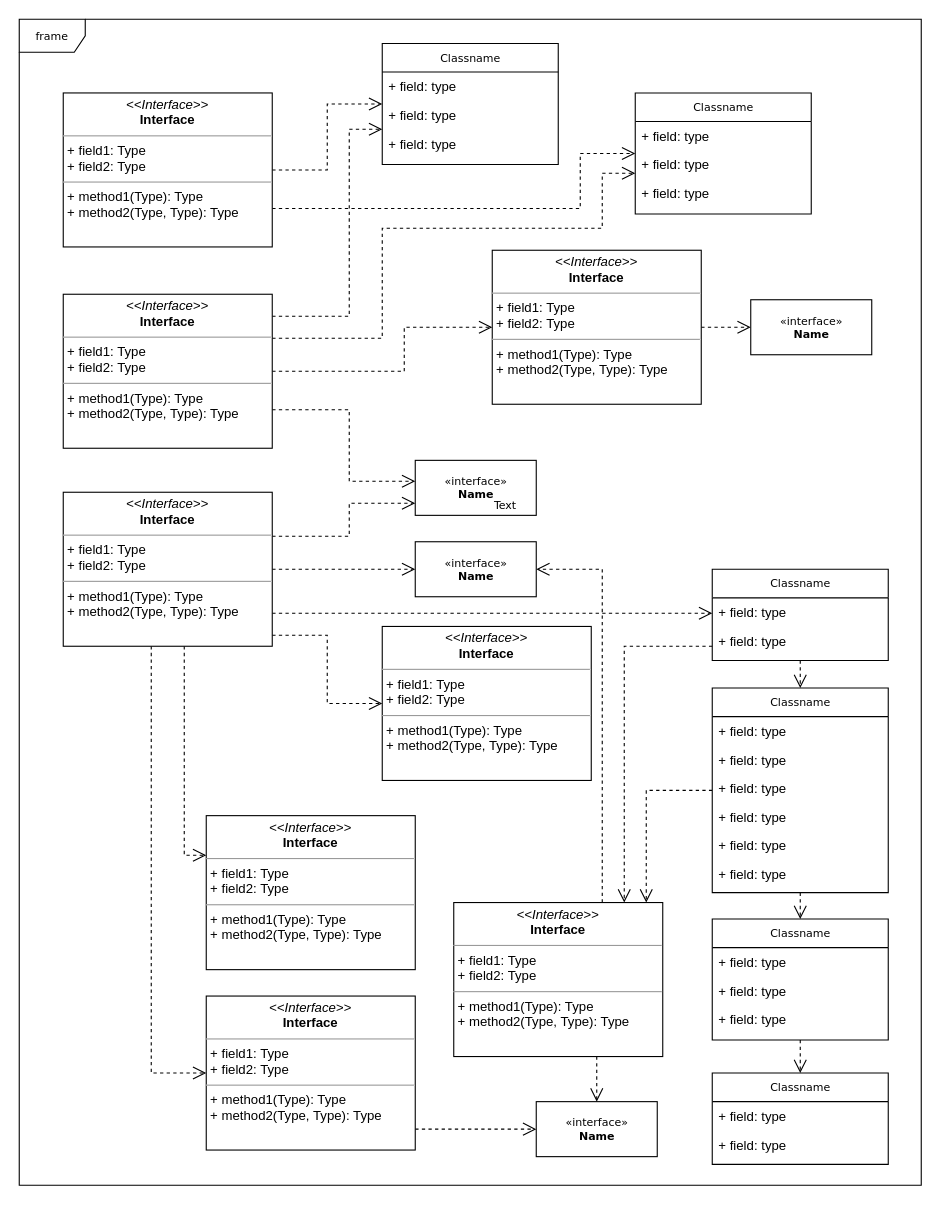
Above: Untitled Diagram.drawio in CyborgCodes/CyborgCodes.github.io (draw.io), before the change. Source tidied: cells renumbered, new cells numbered last; positions are measured from the earlier drawing's top-left corner, leaving out a move shared by most shapes. Both pictures are drawn from the tidied source at 110%, with x=0, y=0 at pixel (19, 19).
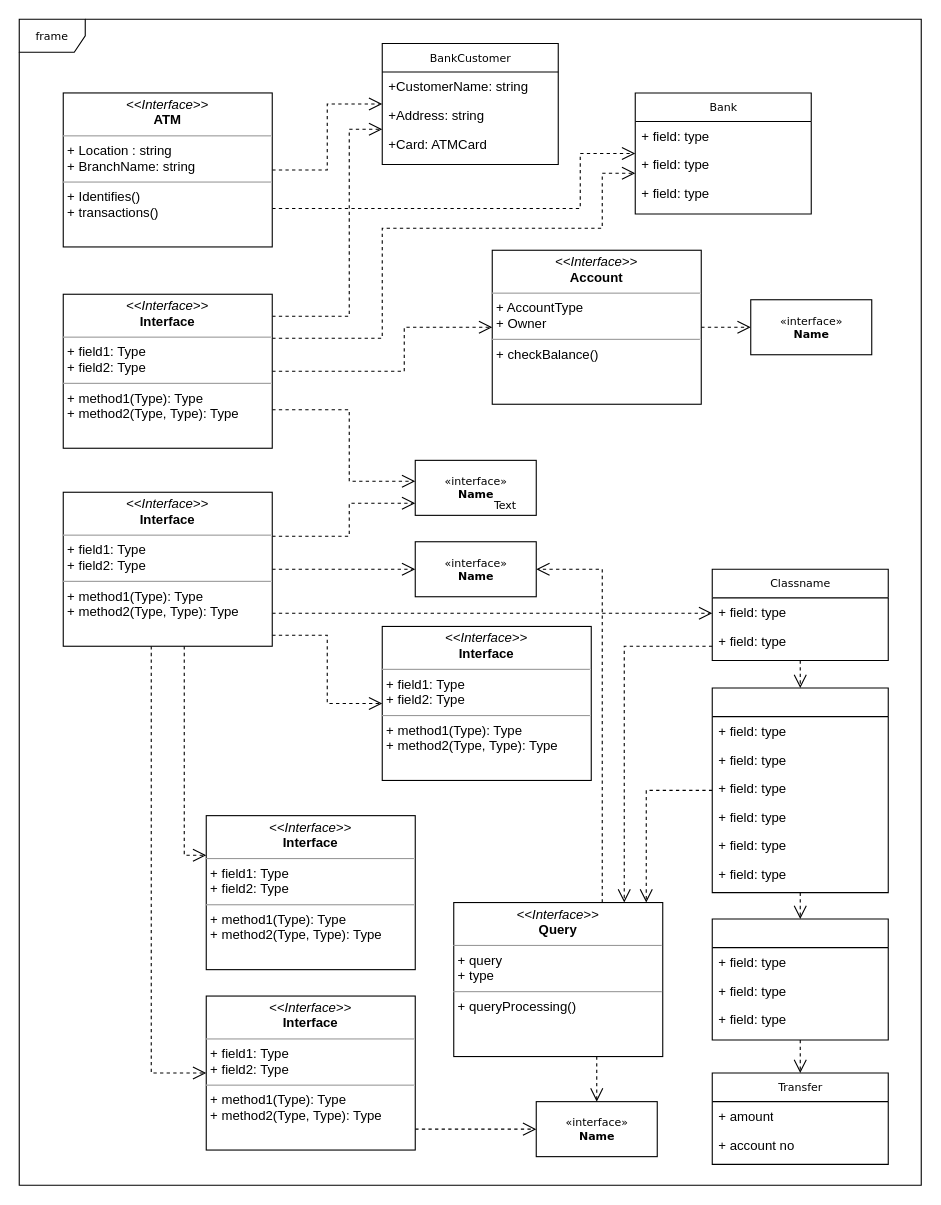
Above is the later version.

Diff of the diagram source:
```diff
@@
-    <mxCell id="5" value="Classname" style="swimlane;html=1;fontStyle=0;horizontal=1;startSize=26;fillColor=none;swimlaneFillColor=#ffffff;rounded=0;shadow=0;comic=0;labelBackgroundColor=none;strokeWidth=1;fontFamily=Verdana;fontSize=10;align=center;" parent="1" vertex="1">
+    <mxCell id="5" style="swimlane;html=1;fontStyle=0;horizontal=1;startSize=26;fillColor=none;swimlaneFillColor=#ffffff;rounded=0;shadow=0;comic=0;labelBackgroundColor=none;strokeWidth=1;fontFamily=Verdana;fontSize=10;align=center;" parent="1" vertex="1">
       <mxGeometry x="630" y="608" width="160" height="186" as="geometry" />
     </mxCell>
@@
-    <mxCell id="12" value="Classname" style="swimlane;html=1;fontStyle=0;horizontal=1;startSize=26;fillColor=none;swimlaneFillColor=#ffffff;rounded=0;shadow=0;comic=0;labelBackgroundColor=none;strokeWidth=1;fontFamily=Verdana;fontSize=10;align=center;" parent="1" vertex="1">
+    <mxCell id="12" value="BankCustomer" style="swimlane;html=1;fontStyle=0;horizontal=1;startSize=26;fillColor=none;swimlaneFillColor=#ffffff;rounded=0;shadow=0;comic=0;labelBackgroundColor=none;strokeWidth=1;fontFamily=Verdana;fontSize=10;align=center;" parent="1" vertex="1">
       <mxGeometry x="330" y="22" width="160" height="110" as="geometry" />
     </mxCell>
-    <mxCell id="13" value="+ field: type" style="text;html=1;strokeColor=none;fillColor=none;align=left;verticalAlign=top;spacingLeft=4;spacingRight=4;whiteSpace=wrap;overflow=hidden;" parent="12" vertex="1">
+    <mxCell id="13" value="+CustomerName: string" style="text;html=1;strokeColor=none;fillColor=none;align=left;verticalAlign=top;spacingLeft=4;spacingRight=4;whiteSpace=wrap;overflow=hidden;" parent="12" vertex="1">
       <mxGeometry y="26" width="160" height="26" as="geometry" />
     </mxCell>
-    <mxCell id="14" value="+ field: type" style="text;html=1;strokeColor=none;fillColor=none;align=left;verticalAlign=top;spacingLeft=4;spacingRight=4;whiteSpace=wrap;overflow=hidden;" parent="12" vertex="1">
+    <mxCell id="14" value="+Address: string" style="text;html=1;strokeColor=none;fillColor=none;align=left;verticalAlign=top;spacingLeft=4;spacingRight=4;whiteSpace=wrap;overflow=hidden;" parent="12" vertex="1">
       <mxGeometry y="52" width="160" height="26" as="geometry" />
     </mxCell>
-    <mxCell id="15" value="+ field: type" style="text;html=1;strokeColor=none;fillColor=none;align=left;verticalAlign=top;spacingLeft=4;spacingRight=4;whiteSpace=wrap;overflow=hidden;" parent="12" vertex="1">
+    <mxCell id="15" value="+Card: ATMCard&amp;nbsp;" style="text;html=1;strokeColor=none;fillColor=none;align=left;verticalAlign=top;spacingLeft=4;spacingRight=4;whiteSpace=wrap;overflow=hidden;" parent="12" vertex="1">
       <mxGeometry y="78" width="160" height="26" as="geometry" />
     </mxCell>
-    <mxCell id="16" value="Classname" style="swimlane;html=1;fontStyle=0;horizontal=1;startSize=26;fillColor=none;swimlaneFillColor=#ffffff;rounded=0;shadow=0;comic=0;labelBackgroundColor=none;strokeWidth=1;fontFamily=Verdana;fontSize=10;align=center;" parent="1" vertex="1">
+    <mxCell id="16" value="Bank" style="swimlane;html=1;fontStyle=0;horizontal=1;startSize=26;fillColor=none;swimlaneFillColor=#ffffff;rounded=0;shadow=0;comic=0;labelBackgroundColor=none;strokeWidth=1;fontFamily=Verdana;fontSize=10;align=center;" parent="1" vertex="1">
       <mxGeometry x="560" y="67" width="160" height="110" as="geometry" />
     </mxCell>
@@
     <mxCell id="19" value="+ field: type" style="text;html=1;strokeColor=none;fillColor=none;align=left;verticalAlign=top;spacingLeft=4;spacingRight=4;whiteSpace=wrap;overflow=hidden;" parent="16" vertex="1">
-      <mxGeometry y="78" width="160" height="26" as="geometry" />
+      <mxGeometry y="78" width="160" height="24" as="geometry" />
     </mxCell>
-    <mxCell id="20" value="Classname" style="swimlane;html=1;fontStyle=0;horizontal=1;startSize=26;fillColor=none;swimlaneFillColor=#ffffff;rounded=0;shadow=0;comic=0;labelBackgroundColor=none;strokeWidth=1;fontFamily=Verdana;fontSize=10;align=center;" parent="1" vertex="1">
+    <mxCell id="20" value="Transfer" style="swimlane;html=1;fontStyle=0;horizontal=1;startSize=26;fillColor=none;swimlaneFillColor=#ffffff;rounded=0;shadow=0;comic=0;labelBackgroundColor=none;strokeWidth=1;fontFamily=Verdana;fontSize=10;align=center;" parent="1" vertex="1">
       <mxGeometry x="630" y="958" width="160" height="83" as="geometry" />
     </mxCell>
-    <mxCell id="21" value="+ field: type" style="text;html=1;strokeColor=none;fillColor=none;align=left;verticalAlign=top;spacingLeft=4;spacingRight=4;whiteSpace=wrap;overflow=hidden;" parent="20" vertex="1">
+    <mxCell id="21" value="+ amount" style="text;html=1;strokeColor=none;fillColor=none;align=left;verticalAlign=top;spacingLeft=4;spacingRight=4;whiteSpace=wrap;overflow=hidden;" parent="20" vertex="1">
       <mxGeometry y="26" width="160" height="26" as="geometry" />
     </mxCell>
-    <mxCell id="22" value="+ field: type" style="text;html=1;strokeColor=none;fillColor=none;align=left;verticalAlign=top;spacingLeft=4;spacingRight=4;whiteSpace=wrap;overflow=hidden;" parent="20" vertex="1">
+    <mxCell id="22" value="+ account no" style="text;html=1;strokeColor=none;fillColor=none;align=left;verticalAlign=top;spacingLeft=4;spacingRight=4;whiteSpace=wrap;overflow=hidden;" parent="20" vertex="1">
       <mxGeometry y="52" width="160" height="26" as="geometry" />
     </mxCell>
@@
-    <mxCell id="24" value="Classname" style="swimlane;html=1;fontStyle=0;horizontal=1;startSize=26;fillColor=none;swimlaneFillColor=#ffffff;rounded=0;shadow=0;comic=0;labelBackgroundColor=none;strokeWidth=1;fontFamily=Verdana;fontSize=10;align=center;" parent="1" vertex="1">
+    <mxCell id="24" style="swimlane;html=1;fontStyle=0;horizontal=1;startSize=26;fillColor=none;swimlaneFillColor=#ffffff;rounded=0;shadow=0;comic=0;labelBackgroundColor=none;strokeWidth=1;fontFamily=Verdana;fontSize=10;align=center;" parent="1" vertex="1">
       <mxGeometry x="630" y="818" width="160" height="110" as="geometry" />
     </mxCell>
@@
-    <mxCell id="35" value="&lt;p style=&quot;margin:0px;margin-top:4px;text-align:center;&quot;&gt;&lt;i&gt;&amp;lt;&amp;lt;Interface&amp;gt;&amp;gt;&lt;/i&gt;&lt;br/&gt;&lt;b&gt;Interface&lt;/b&gt;&lt;/p&gt;&lt;hr size=&quot;1&quot;/&gt;&lt;p style=&quot;margin:0px;margin-left:4px;&quot;&gt;+ field1: Type&lt;br/&gt;+ field2: Type&lt;/p&gt;&lt;hr size=&quot;1&quot;/&gt;&lt;p style=&quot;margin:0px;margin-left:4px;&quot;&gt;+ method1(Type): Type&lt;br/&gt;+ method2(Type, Type): Type&lt;/p&gt;" style="verticalAlign=top;align=left;overflow=fill;fontSize=12;fontFamily=Helvetica;html=1;rounded=0;shadow=0;comic=0;labelBackgroundColor=none;strokeWidth=1;" parent="1" vertex="1">
+    <mxCell id="35" value="&lt;p style=&quot;margin:0px;margin-top:4px;text-align:center;&quot;&gt;&lt;i&gt;&amp;lt;&amp;lt;Interface&amp;gt;&amp;gt;&lt;/i&gt;&lt;br&gt;&lt;b&gt;Query&lt;/b&gt;&lt;/p&gt;&lt;hr size=&quot;1&quot;&gt;&lt;p style=&quot;margin:0px;margin-left:4px;&quot;&gt;+ query&lt;br&gt;+ type&lt;/p&gt;&lt;hr size=&quot;1&quot;&gt;&lt;p style=&quot;margin:0px;margin-left:4px;&quot;&gt;+ queryProcessing()&lt;/p&gt;" style="verticalAlign=top;align=left;overflow=fill;fontSize=12;fontFamily=Helvetica;html=1;rounded=0;shadow=0;comic=0;labelBackgroundColor=none;strokeWidth=1;" parent="1" vertex="1">
       <mxGeometry x="395" y="803" width="190" height="140" as="geometry" />
     </mxCell>
@@
-    <mxCell id="43" value="&lt;p style=&quot;margin:0px;margin-top:4px;text-align:center;&quot;&gt;&lt;i&gt;&amp;lt;&amp;lt;Interface&amp;gt;&amp;gt;&lt;/i&gt;&lt;br/&gt;&lt;b&gt;Interface&lt;/b&gt;&lt;/p&gt;&lt;hr size=&quot;1&quot;/&gt;&lt;p style=&quot;margin:0px;margin-left:4px;&quot;&gt;+ field1: Type&lt;br/&gt;+ field2: Type&lt;/p&gt;&lt;hr size=&quot;1&quot;/&gt;&lt;p style=&quot;margin:0px;margin-left:4px;&quot;&gt;+ method1(Type): Type&lt;br/&gt;+ method2(Type, Type): Type&lt;/p&gt;" style="verticalAlign=top;align=left;overflow=fill;fontSize=12;fontFamily=Helvetica;html=1;rounded=0;shadow=0;comic=0;labelBackgroundColor=none;strokeWidth=1;" parent="1" vertex="1">
+    <mxCell id="43" value="&lt;p style=&quot;margin:0px;margin-top:4px;text-align:center;&quot;&gt;&lt;i&gt;&amp;lt;&amp;lt;Interface&amp;gt;&amp;gt;&lt;/i&gt;&lt;br&gt;&lt;b&gt;Account&lt;/b&gt;&lt;/p&gt;&lt;hr size=&quot;1&quot;&gt;&lt;p style=&quot;margin:0px;margin-left:4px;&quot;&gt;+ AccountType&lt;br&gt;+ Owner&lt;/p&gt;&lt;hr size=&quot;1&quot;&gt;&lt;p style=&quot;margin:0px;margin-left:4px;&quot;&gt;+ checkBalance()&lt;/p&gt;" style="verticalAlign=top;align=left;overflow=fill;fontSize=12;fontFamily=Helvetica;html=1;rounded=0;shadow=0;comic=0;labelBackgroundColor=none;strokeWidth=1;" parent="1" vertex="1">
       <mxGeometry x="430" y="210" width="190" height="140" as="geometry" />
     </mxCell>
@@
-    <mxCell id="48" value="&lt;p style=&quot;margin:0px;margin-top:4px;text-align:center;&quot;&gt;&lt;i&gt;&amp;lt;&amp;lt;Interface&amp;gt;&amp;gt;&lt;/i&gt;&lt;br/&gt;&lt;b&gt;Interface&lt;/b&gt;&lt;/p&gt;&lt;hr size=&quot;1&quot;/&gt;&lt;p style=&quot;margin:0px;margin-left:4px;&quot;&gt;+ field1: Type&lt;br/&gt;+ field2: Type&lt;/p&gt;&lt;hr size=&quot;1&quot;/&gt;&lt;p style=&quot;margin:0px;margin-left:4px;&quot;&gt;+ method1(Type): Type&lt;br/&gt;+ method2(Type, Type): Type&lt;/p&gt;" style="verticalAlign=top;align=left;overflow=fill;fontSize=12;fontFamily=Helvetica;html=1;rounded=0;shadow=0;comic=0;labelBackgroundColor=none;strokeWidth=1;" parent="1" vertex="1">
+    <mxCell id="48" value="&lt;p style=&quot;margin:0px;margin-top:4px;text-align:center;&quot;&gt;&lt;i&gt;&amp;lt;&amp;lt;Interface&amp;gt;&amp;gt;&lt;/i&gt;&lt;br&gt;&lt;b&gt;ATM&lt;/b&gt;&lt;/p&gt;&lt;hr size=&quot;1&quot;&gt;&lt;p style=&quot;margin:0px;margin-left:4px;&quot;&gt;+ Location : string&lt;br&gt;+ BranchName: string&lt;/p&gt;&lt;hr size=&quot;1&quot;&gt;&lt;p style=&quot;margin:0px;margin-left:4px;&quot;&gt;+ Identifies()&lt;/p&gt;&lt;p style=&quot;margin:0px;margin-left:4px;&quot;&gt;+ transactions()&lt;/p&gt;" style="verticalAlign=top;align=left;overflow=fill;fontSize=12;fontFamily=Helvetica;html=1;rounded=0;shadow=0;comic=0;labelBackgroundColor=none;strokeWidth=1;" parent="1" vertex="1">
       <mxGeometry x="40" y="67" width="190" height="140" as="geometry" />
     </mxCell>
```
